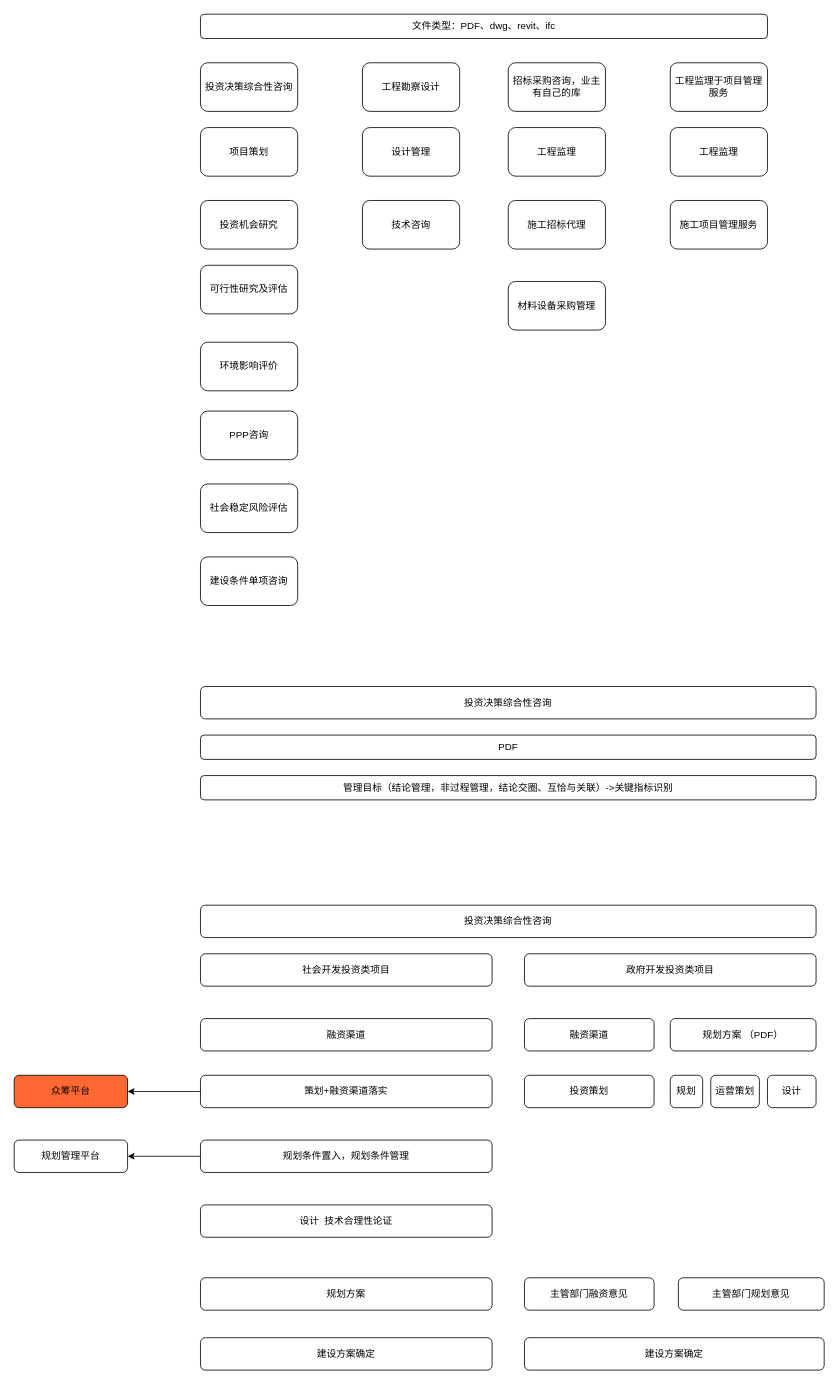
Earlier version of the draw.io diagram 全过程咨询.drawio (gaochaowyq/MinderGraph). Source tidied: cells renumbered, new cells numbered last; positions are measured from the earlier drawing's top-left corner, leaving out a move shared by most shapes. Both pictures are drawn from the tidied source at 81%, with x=0, y=0 at pixel (14, 14).
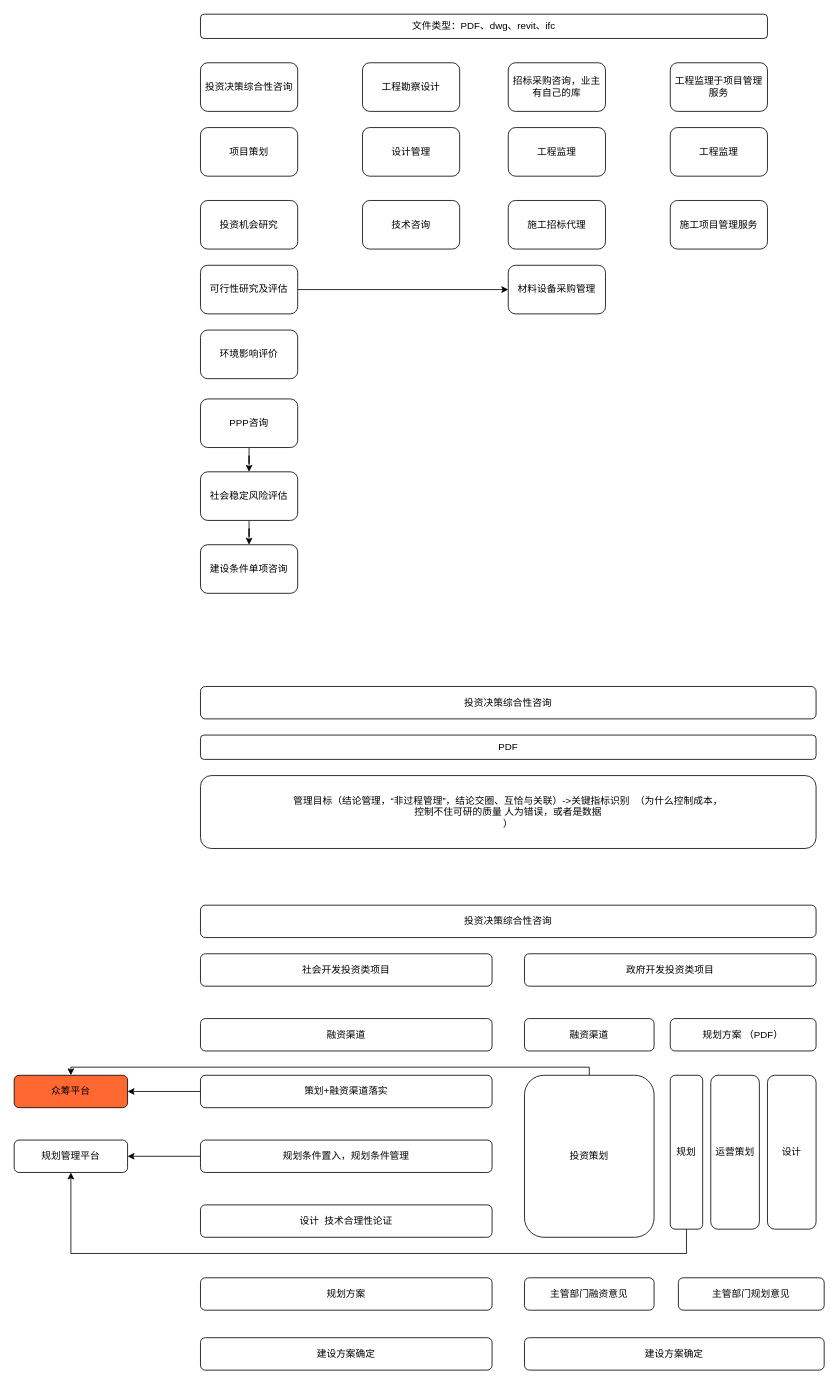
The same page after the edit.

Commit message:
更新全过程咨询.drawio

Unchanged cells that the change refers to:
```xml
<mxCell id="5" value="可行性研究及评估" style="rounded=1;whiteSpace=wrap;html=1;" parent="1" vertex="1">
  <mxGeometry x="230" y="310" width="120" height="60" as="geometry" />
</mxCell>
<mxCell id="30" value="众筹平台" style="rounded=1;whiteSpace=wrap;html=1;fillColor=#FF6830;" parent="1" vertex="1">
  <mxGeometry y="1310" width="140" height="40" as="geometry" />
</mxCell>
<mxCell id="34" value="规划管理平台" style="rounded=1;whiteSpace=wrap;html=1;" parent="1" vertex="1">
  <mxGeometry y="1390" width="140" height="40" as="geometry" />
</mxCell>
```

The edit, as a diff of the source:
```diff
@@
+    <mxCell id="46" style="edgeStyle=orthogonalEdgeStyle;rounded=0;jettySize=auto;html=1;" parent="1" edge="1" source="5" target="16">
+      <mxGeometry relative="1" as="geometry" />
+    </mxCell>
@@
     <mxCell id="6" value="环境影响评价" style="rounded=1;whiteSpace=wrap;html=1;" parent="1" vertex="1">
-      <mxGeometry x="230" y="405" width="120" height="60" as="geometry" />
+      <mxGeometry x="230" y="390" width="120" height="60" as="geometry" />
     </mxCell>
+    <mxCell id="47" style="edgeStyle=orthogonalEdgeStyle;rounded=0;jettySize=auto;html=1;" parent="1" edge="1" source="7" target="8">
+      <mxGeometry relative="1" as="geometry" />
+    </mxCell>
     <mxCell id="7" value="PPP咨询" style="rounded=1;whiteSpace=wrap;html=1;" parent="1" vertex="1">
-      <mxGeometry x="230" y="490" width="120" height="60" as="geometry" />
+      <mxGeometry x="230" y="475" width="120" height="60" as="geometry" />
     </mxCell>
+    <mxCell id="48" style="edgeStyle=orthogonalEdgeStyle;rounded=0;jettySize=auto;html=1;" parent="1" edge="1" source="8" target="9">
+      <mxGeometry relative="1" as="geometry" />
+    </mxCell>
     <mxCell id="8" value="社会稳定风险评估" style="rounded=1;whiteSpace=wrap;html=1;" parent="1" vertex="1">
-      <mxGeometry x="230" y="580" width="120" height="60" as="geometry" />
+      <mxGeometry x="230" y="565" width="120" height="60" as="geometry" />
     </mxCell>
     <mxCell id="9" value="建设条件单项咨询" style="rounded=1;whiteSpace=wrap;html=1;" parent="1" vertex="1">
-      <mxGeometry x="230" y="670" width="120" height="60" as="geometry" />
+      <mxGeometry x="230" y="655" width="120" height="60" as="geometry" />
     </mxCell>
@@
     <mxCell id="16" value="材料设备采购管理" style="rounded=1;whiteSpace=wrap;html=1;" parent="1" vertex="1">
-      <mxGeometry x="610" y="330" width="120" height="60" as="geometry" />
+      <mxGeometry x="610" y="310" width="120" height="60" as="geometry" />
     </mxCell>
@@
-    <mxCell id="23" value="管理目标（结论管理，非过程管理，结论交圈、互恰与关联）-&amp;gt;关键指标识别" style="rounded=1;whiteSpace=wrap;html=1;" parent="1" vertex="1">
-      <mxGeometry x="230" y="940" width="760" height="30" as="geometry" />
+    <mxCell id="23" value="&lt;div&gt;管理目标（结论管理，“非过程管理”，结论交圈、互恰与关联）-&amp;gt;关键指标识别&amp;nbsp; （为什么控制成本，&lt;/div&gt;&lt;div&gt;控制不住可研的质量 人为错误，或者是数据&lt;br&gt;&lt;/div&gt;&lt;div&gt;）&lt;/div&gt;" style="rounded=1;whiteSpace=wrap;html=1;" parent="1" vertex="1">
+      <mxGeometry x="230" y="940" width="760" height="90" as="geometry" />
     </mxCell>
@@
+    <mxCell id="49" style="edgeStyle=orthogonalEdgeStyle;rounded=0;jettySize=auto;html=1;" parent="1" edge="1" source="39" target="30">
+      <mxGeometry relative="1" as="geometry">
+        <Array as="points">
+          <mxPoint x="710" y="1300" />
+          <mxPoint x="70" y="1300" />
+        </Array>
+      </mxGeometry>
+    </mxCell>
     <mxCell id="39" value="投资策划" style="rounded=1;whiteSpace=wrap;html=1;" parent="1" vertex="1">
-      <mxGeometry x="630" y="1310" width="160" height="40" as="geometry" />
+      <mxGeometry x="630" y="1310" width="160" height="200" as="geometry" />
     </mxCell>
+    <mxCell id="50" style="edgeStyle=orthogonalEdgeStyle;rounded=0;jettySize=auto;html=1;entryX=0.5;entryY=1;entryDx=0;entryDy=0;" parent="1" edge="1" source="40" target="34">
+      <mxGeometry relative="1" as="geometry">
+        <Array as="points">
+          <mxPoint x="830" y="1530" />
+          <mxPoint x="70" y="1530" />
+        </Array>
+      </mxGeometry>
+    </mxCell>
     <mxCell id="40" value="规划" style="rounded=1;whiteSpace=wrap;html=1;" parent="1" vertex="1">
-      <mxGeometry x="810" y="1310" width="40" height="40" as="geometry" />
+      <mxGeometry x="810" y="1310" width="40" height="190" as="geometry" />
     </mxCell>
     <mxCell id="41" value="运营策划" style="rounded=1;whiteSpace=wrap;html=1;" parent="1" vertex="1">
-      <mxGeometry x="860" y="1310" width="60" height="40" as="geometry" />
+      <mxGeometry x="860" y="1310" width="60" height="190" as="geometry" />
     </mxCell>
     <mxCell id="42" value="设计" style="rounded=1;whiteSpace=wrap;html=1;" parent="1" vertex="1">
-      <mxGeometry x="930" y="1310" width="60" height="40" as="geometry" />
+      <mxGeometry x="930" y="1310" width="60" height="190" as="geometry" />
     </mxCell>
```
